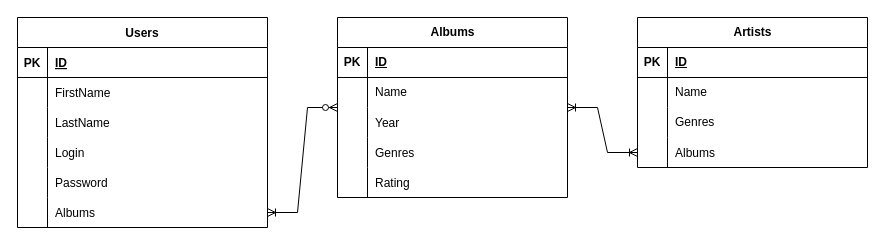
This is TurntableERD.drawio from kilkennylj/Turntable, a draw.io file, before an edit. Source tidied: cells renumbered, new cells numbered last; positions are measured from the earlier drawing's top-left corner, leaving out a move shared by most shapes. Both pictures are drawn from the tidied source at 100%, with x=0, y=0 at pixel (17, 17).
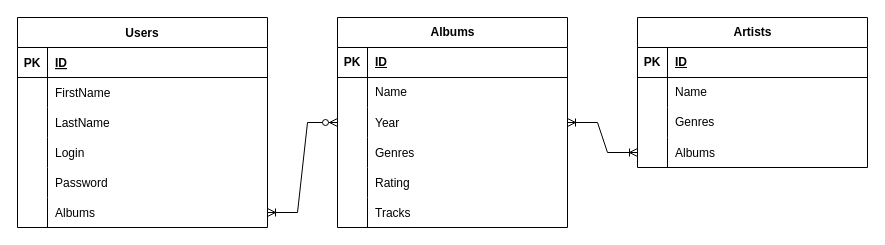
The same diagram, later.

Commit message:
Includes tracks

Change to the diagram source:
```diff
@@
     <mxCell id="21" value="Albums" style="shape=table;startSize=30;childLayout=tableLayout;rowLines=0;fontStyle=1;align=center;html=1;" parent="1" vertex="1">
-      <mxGeometry x="320" width="230" height="180" as="geometry" />
+      <mxGeometry x="320" width="230" height="210" as="geometry" />
     </mxCell>
@@
+    <mxCell id="52" style="shape=tableRow;horizontal=0;startSize=0;swimlaneHead=0;swimlaneBody=0;fillColor=none;top=0;left=0;right=0;bottom=0;" parent="21" vertex="1">
+      <mxGeometry y="180" width="230" height="30" as="geometry" />
+    </mxCell>
+    <mxCell id="53" style="shape=partialRectangle;fillColor=none;top=0;left=0;bottom=0;right=0;overflow=hidden;" parent="52" vertex="1">
+      <mxGeometry width="30" height="30" as="geometry" />
+    </mxCell>
+    <mxCell id="54" value="Tracks" style="shape=partialRectangle;fillColor=none;top=0;left=0;bottom=0;right=0;align=left;spacingLeft=6;overflow=hidden;" parent="52" vertex="1">
+      <mxGeometry x="30" width="200" height="30" as="geometry" />
+    </mxCell>
```
